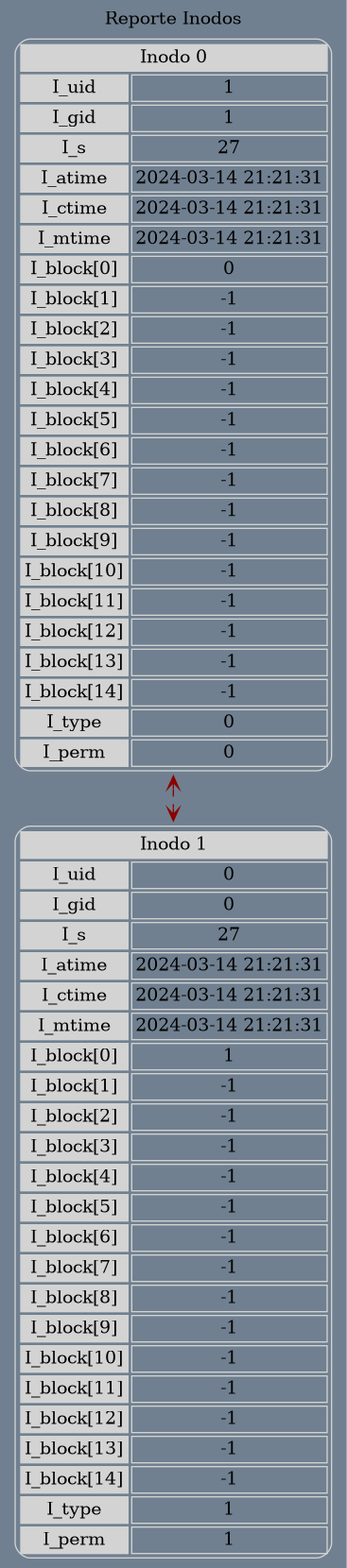
Earlier version of the Graphviz export reporteInode.png (RamiroTelles/MIA_P1_202010044). Its source is kept beside it as reporteInode.dot.
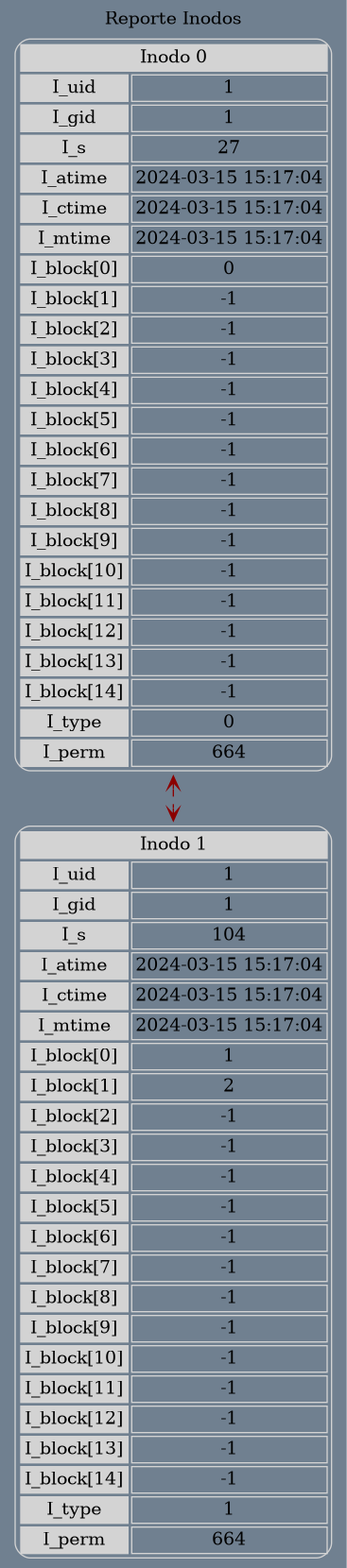
After the change.

Change to the diagram source:
```diff
@@ -10,9 +10,9 @@
 <TR><TD bgcolor="lightgrey">I_uid</TD><TD>1</TD></TR>
 <TR><TD bgcolor="lightgrey">I_gid</TD><TD>1</TD></TR>
 <TR><TD bgcolor="lightgrey">I_s</TD><TD>27</TD></TR>
-<TR><TD bgcolor="lightgrey">I_atime</TD><TD>2024-03-14 21:21:31</TD></TR>
-<TR><TD bgcolor="lightgrey">I_ctime</TD><TD>2024-03-14 21:21:31</TD></TR>
-<TR><TD bgcolor="lightgrey">I_mtime</TD><TD>2024-03-14 21:21:31</TD></TR>
+<TR><TD bgcolor="lightgrey">I_atime</TD><TD>2024-03-15 15:17:04</TD></TR>
+<TR><TD bgcolor="lightgrey">I_ctime</TD><TD>2024-03-15 15:17:04</TD></TR>
+<TR><TD bgcolor="lightgrey">I_mtime</TD><TD>2024-03-15 15:17:04</TD></TR>
 <TR><TD bgcolor="lightgrey">I_block[0]</TD><TD>0</TD></TR>
 <TR><TD bgcolor="lightgrey">I_block[1]</TD><TD>-1</TD></TR>
 <TR><TD bgcolor="lightgrey">I_block[2]</TD><TD>-1</TD></TR>
@@ -29,19 +29,19 @@
 <TR><TD bgcolor="lightgrey">I_block[13]</TD><TD>-1</TD></TR>
 <TR><TD bgcolor="lightgrey">I_block[14]</TD><TD>-1</TD></TR>
 <TR><TD bgcolor="lightgrey">I_type</TD><TD>0</TD></TR>
-<TR><TD bgcolor="lightgrey">I_perm</TD><TD>0</TD></TR>
+<TR><TD bgcolor="lightgrey">I_perm</TD><TD>664</TD></TR>
 </TABLE>>];
 inodo1[shape=none, color=lightgrey, label=<
 <TABLE cellspacing="3" cellpadding="2" style="rounded" >
 <TR><TD bgcolor="lightgrey" colspan="2">Inodo 1</TD></TR>
-<TR><TD bgcolor="lightgrey">I_uid</TD><TD>0</TD></TR>
-<TR><TD bgcolor="lightgrey">I_gid</TD><TD>0</TD></TR>
-<TR><TD bgcolor="lightgrey">I_s</TD><TD>27</TD></TR>
-<TR><TD bgcolor="lightgrey">I_atime</TD><TD>2024-03-14 21:21:31</TD></TR>
-<TR><TD bgcolor="lightgrey">I_ctime</TD><TD>2024-03-14 21:21:31</TD></TR>
-<TR><TD bgcolor="lightgrey">I_mtime</TD><TD>2024-03-14 21:21:31</TD></TR>
+<TR><TD bgcolor="lightgrey">I_uid</TD><TD>1</TD></TR>
+<TR><TD bgcolor="lightgrey">I_gid</TD><TD>1</TD></TR>
+<TR><TD bgcolor="lightgrey">I_s</TD><TD>104</TD></TR>
+<TR><TD bgcolor="lightgrey">I_atime</TD><TD>2024-03-15 15:17:04</TD></TR>
+<TR><TD bgcolor="lightgrey">I_ctime</TD><TD>2024-03-15 15:17:04</TD></TR>
+<TR><TD bgcolor="lightgrey">I_mtime</TD><TD>2024-03-15 15:17:04</TD></TR>
 <TR><TD bgcolor="lightgrey">I_block[0]</TD><TD>1</TD></TR>
-<TR><TD bgcolor="lightgrey">I_block[1]</TD><TD>-1</TD></TR>
+<TR><TD bgcolor="lightgrey">I_block[1]</TD><TD>2</TD></TR>
 <TR><TD bgcolor="lightgrey">I_block[2]</TD><TD>-1</TD></TR>
 <TR><TD bgcolor="lightgrey">I_block[3]</TD><TD>-1</TD></TR>
 <TR><TD bgcolor="lightgrey">I_block[4]</TD><TD>-1</TD></TR>
@@ -56,7 +56,7 @@
 <TR><TD bgcolor="lightgrey">I_block[13]</TD><TD>-1</TD></TR>
 <TR><TD bgcolor="lightgrey">I_block[14]</TD><TD>-1</TD></TR>
 <TR><TD bgcolor="lightgrey">I_type</TD><TD>1</TD></TR>
-<TR><TD bgcolor="lightgrey">I_perm</TD><TD>1</TD></TR>
+<TR><TD bgcolor="lightgrey">I_perm</TD><TD>664</TD></TR>
 </TABLE>>];
 inodo0 -> inodo1;
 }
```
